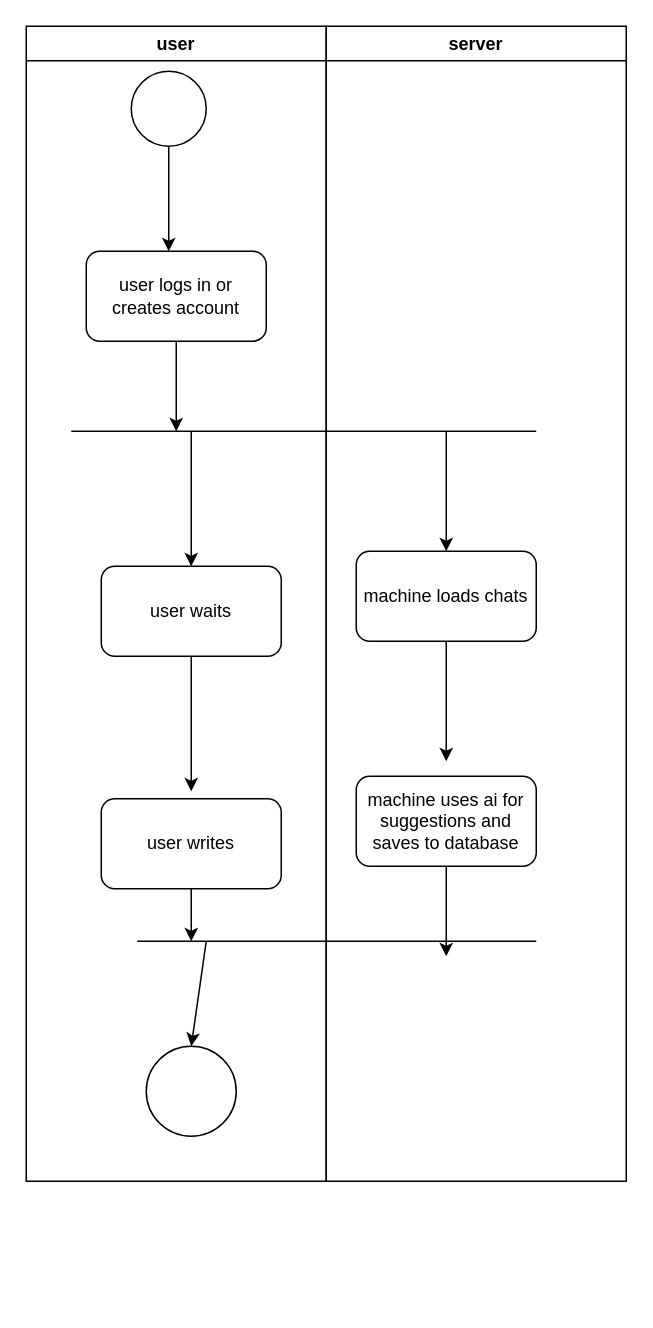
The draw.io diagram documentatie/flowchart.drawio in Radwanfa/Novellista, before the edit. Source tidied: cells renumbered, new cells numbered last; positions are measured from the earlier drawing's top-left corner, leaving out a move shared by most shapes. Both pictures are drawn from the tidied source at 150%, with x=0, y=0 at pixel (26, 26).
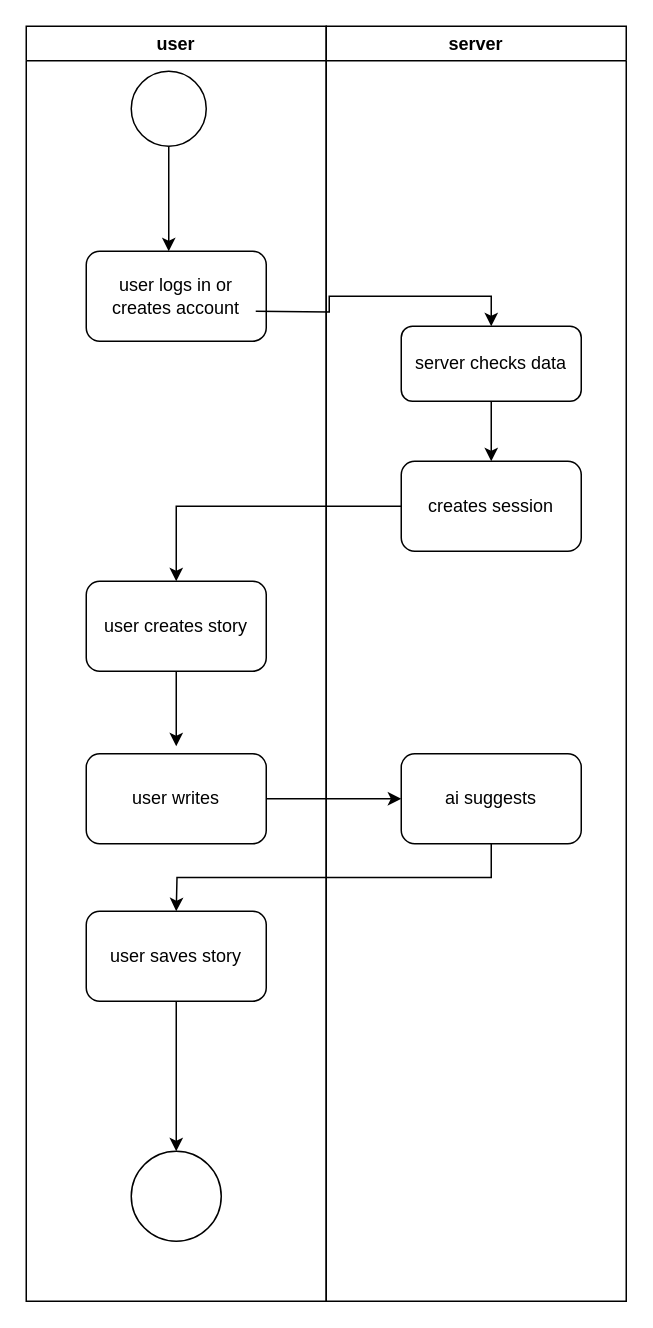
The same diagram, later.

Diff of the diagram source:
```diff
@@
     <mxCell id="2" value="user" style="swimlane;whiteSpace=wrap;html=1;" parent="1" vertex="1">
-      <mxGeometry width="200" height="770" as="geometry" />
+      <mxGeometry width="200" height="850" as="geometry" />
     </mxCell>
@@
+    <mxCell id="6" value="user logs in or creates account" style="rounded=1;whiteSpace=wrap;html=1;" parent="2" vertex="1">
+      <mxGeometry x="40" y="150" width="120" height="60" as="geometry" />
+    </mxCell>
+    <mxCell id="12" style="ellipse;whiteSpace=wrap;html=1;" parent="2" vertex="1">
+      <mxGeometry x="70" y="750" width="60" height="60" as="geometry" />
+    </mxCell>
+    <mxCell id="22" style="edgeStyle=orthogonalEdgeStyle;rounded=0;jettySize=auto;html=1;" parent="2" edge="1" source="23">
+      <mxGeometry relative="1" as="geometry">
+        <mxPoint x="100" y="480" as="targetPoint" />
+      </mxGeometry>
+    </mxCell>
+    <mxCell id="23" value="user creates story" style="rounded=1;whiteSpace=wrap;html=1;" parent="2" vertex="1">
+      <mxGeometry x="40" y="370" width="120" height="60" as="geometry" />
+    </mxCell>
+    <mxCell id="11" value="user writes" style="rounded=1;whiteSpace=wrap;html=1;" parent="2" vertex="1">
+      <mxGeometry x="40" y="485" width="120" height="60" as="geometry" />
+    </mxCell>
+    <mxCell id="24" style="edgeStyle=orthogonalEdgeStyle;rounded=0;jettySize=auto;html=1;" parent="2" edge="1" source="25" target="12">
+      <mxGeometry relative="1" as="geometry" />
+    </mxCell>
+    <mxCell id="25" value="user saves story" style="rounded=1;whiteSpace=wrap;html=1;" parent="2" vertex="1">
+      <mxGeometry x="40" y="590" width="120" height="60" as="geometry" />
+    </mxCell>
+    <mxCell id="14" value="server" style="swimlane;whiteSpace=wrap;html=1;startSize=23;" parent="1" vertex="1">
+      <mxGeometry x="200" width="200" height="850" as="geometry" />
+    </mxCell>
+    <mxCell id="20" style="endArrow=classic;html=1;rounded=0;exitX=1;exitY=0.5;exitDx=0;exitDy=0;" parent="14" edge="1" source="11">
+      <mxGeometry relative="1" as="geometry">
+        <mxPoint x="50" y="515" as="targetPoint" />
+      </mxGeometry>
+    </mxCell>
+    <mxCell id="26" value="server checks data" style="rounded=1;whiteSpace=wrap;html=1;" parent="14" vertex="1">
+      <mxGeometry x="50" y="200" width="120" height="50" as="geometry" />
+    </mxCell>
-    <mxCell id="5" style="edgeStyle=orthogonalEdgeStyle;rounded=0;jettySize=auto;html=1;" parent="2" edge="1" source="6">
+    <mxCell id="5" style="edgeStyle=orthogonalEdgeStyle;rounded=0;jettySize=auto;html=1;entryX=0.5;entryY=0;entryDx=0;entryDy=0;" parent="14" edge="1" target="26">
       <mxGeometry relative="1" as="geometry">
-        <mxPoint x="100" y="270" as="targetPoint" />
+        <mxPoint x="-47" y="190" as="sourcePoint" />
       </mxGeometry>
     </mxCell>
-    <mxCell id="6" value="user logs in or creates account" style="rounded=1;whiteSpace=wrap;html=1;" parent="2" vertex="1">
-      <mxGeometry x="40" y="150" width="120" height="60" as="geometry" />
-    </mxCell>
-    <mxCell id="7" style="endArrow=none;html=1;rounded=0;" parent="2" edge="1">
-      <mxGeometry relative="1" as="geometry">
-        <mxPoint x="30" y="270" as="sourcePoint" />
-        <mxPoint x="340" y="270" as="targetPoint" />
-      </mxGeometry>
-    </mxCell>
-    <mxCell id="8" style="endArrow=classic;html=1;rounded=0;" parent="2" edge="1">
-      <mxGeometry relative="1" as="geometry">
-        <mxPoint x="110" y="270" as="sourcePoint" />
-        <mxPoint x="110" y="360" as="targetPoint" />
-      </mxGeometry>
-    </mxCell>
-    <mxCell id="9" style="edgeStyle=orthogonalEdgeStyle;rounded=0;jettySize=auto;html=1;" parent="2" edge="1" source="10">
-      <mxGeometry relative="1" as="geometry">
-        <mxPoint x="110" y="510" as="targetPoint" />
-      </mxGeometry>
-    </mxCell>
-    <mxCell id="10" value="user waits" style="rounded=1;whiteSpace=wrap;html=1;" parent="2" vertex="1">
-      <mxGeometry x="50" y="360" width="120" height="60" as="geometry" />
-    </mxCell>
-    <mxCell id="11" value="user writes" style="rounded=1;whiteSpace=wrap;html=1;" parent="2" vertex="1">
-      <mxGeometry x="50" y="515" width="120" height="60" as="geometry" />
-    </mxCell>
-    <mxCell id="12" style="ellipse;whiteSpace=wrap;html=1;" parent="2" vertex="1">
-      <mxGeometry x="80" y="680" width="60" height="60" as="geometry" />
-    </mxCell>
-    <mxCell id="13" style="endArrow=classic;html=1;rounded=0;entryX=0.5;entryY=0;entryDx=0;entryDy=0;" parent="2" edge="1" target="12">
-      <mxGeometry relative="1" as="geometry">
-        <mxPoint x="120" y="610" as="sourcePoint" />
-      </mxGeometry>
-    </mxCell>
-    <mxCell id="14" value="server" style="swimlane;whiteSpace=wrap;html=1;startSize=23;" parent="1" vertex="1">
-      <mxGeometry x="200" width="200" height="770" as="geometry" />
-    </mxCell>
-    <mxCell id="15" style="endArrow=classic;html=1;rounded=0;" parent="14" edge="1">
-      <mxGeometry relative="1" as="geometry">
-        <mxPoint x="80" y="270" as="sourcePoint" />
-        <mxPoint x="80" y="350" as="targetPoint" />
-      </mxGeometry>
-    </mxCell>
-    <mxCell id="16" style="edgeStyle=orthogonalEdgeStyle;rounded=0;jettySize=auto;html=1;" parent="14" edge="1" source="17">
-      <mxGeometry relative="1" as="geometry">
-        <mxPoint x="80" y="490" as="targetPoint" />
-      </mxGeometry>
-    </mxCell>
-    <mxCell id="17" value="machine loads chats" style="rounded=1;whiteSpace=wrap;html=1;" parent="14" vertex="1">
-      <mxGeometry x="20" y="350" width="120" height="60" as="geometry" />
-    </mxCell>
-    <mxCell id="18" value="machine uses ai for suggestions and saves to database" style="rounded=1;whiteSpace=wrap;html=1;" parent="14" vertex="1">
-      <mxGeometry x="20" y="500" width="120" height="60" as="geometry" />
-    </mxCell>
-    <mxCell id="19" style="endArrow=none;html=1;rounded=0;" parent="14" edge="1">
-      <mxGeometry relative="1" as="geometry">
-        <mxPoint x="-126" y="610" as="sourcePoint" />
-        <mxPoint x="140" y="610" as="targetPoint" />
-      </mxGeometry>
-    </mxCell>
-    <mxCell id="20" style="endArrow=classic;html=1;rounded=0;exitX=0.5;exitY=1;exitDx=0;exitDy=0;" parent="14" edge="1" source="18">
-      <mxGeometry relative="1" as="geometry">
-        <mxPoint x="80" y="620" as="targetPoint" />
-      </mxGeometry>
-    </mxCell>
-    <mxCell id="21" style="endArrow=classic;html=1;rounded=0;exitX=0.5;exitY=1;exitDx=0;exitDy=0;" parent="1" edge="1" source="11">
-      <mxGeometry relative="1" as="geometry">
-        <mxPoint x="110" y="610" as="targetPoint" />
-      </mxGeometry>
-    </mxCell>
+    <mxCell id="27" style="edgeStyle=orthogonalEdgeStyle;rounded=0;jettySize=auto;html=1;" parent="14" edge="1" source="26" target="28">
+      <mxGeometry relative="1" as="geometry" />
+    </mxCell>
+    <mxCell id="28" value="creates session" style="rounded=1;whiteSpace=wrap;html=1;" parent="14" vertex="1">
+      <mxGeometry x="50" y="290" width="120" height="60" as="geometry" />
+    </mxCell>
+    <mxCell id="29" style="edgeStyle=orthogonalEdgeStyle;rounded=0;jettySize=auto;html=1;exitX=0.5;exitY=1;exitDx=0;exitDy=0;" parent="14" edge="1" source="30">
+      <mxGeometry relative="1" as="geometry">
+        <mxPoint x="-100" y="590" as="targetPoint" />
+      </mxGeometry>
+    </mxCell>
+    <mxCell id="30" value="ai suggests" style="rounded=1;whiteSpace=wrap;html=1;" parent="14" vertex="1">
+      <mxGeometry x="50" y="485" width="120" height="60" as="geometry" />
+    </mxCell>
+    <mxCell id="31" style="edgeStyle=orthogonalEdgeStyle;rounded=0;jettySize=auto;html=1;entryX=0.5;entryY=0;entryDx=0;entryDy=0;" parent="1" edge="1" source="28" target="23">
+      <mxGeometry relative="1" as="geometry" />
+    </mxCell>
```
